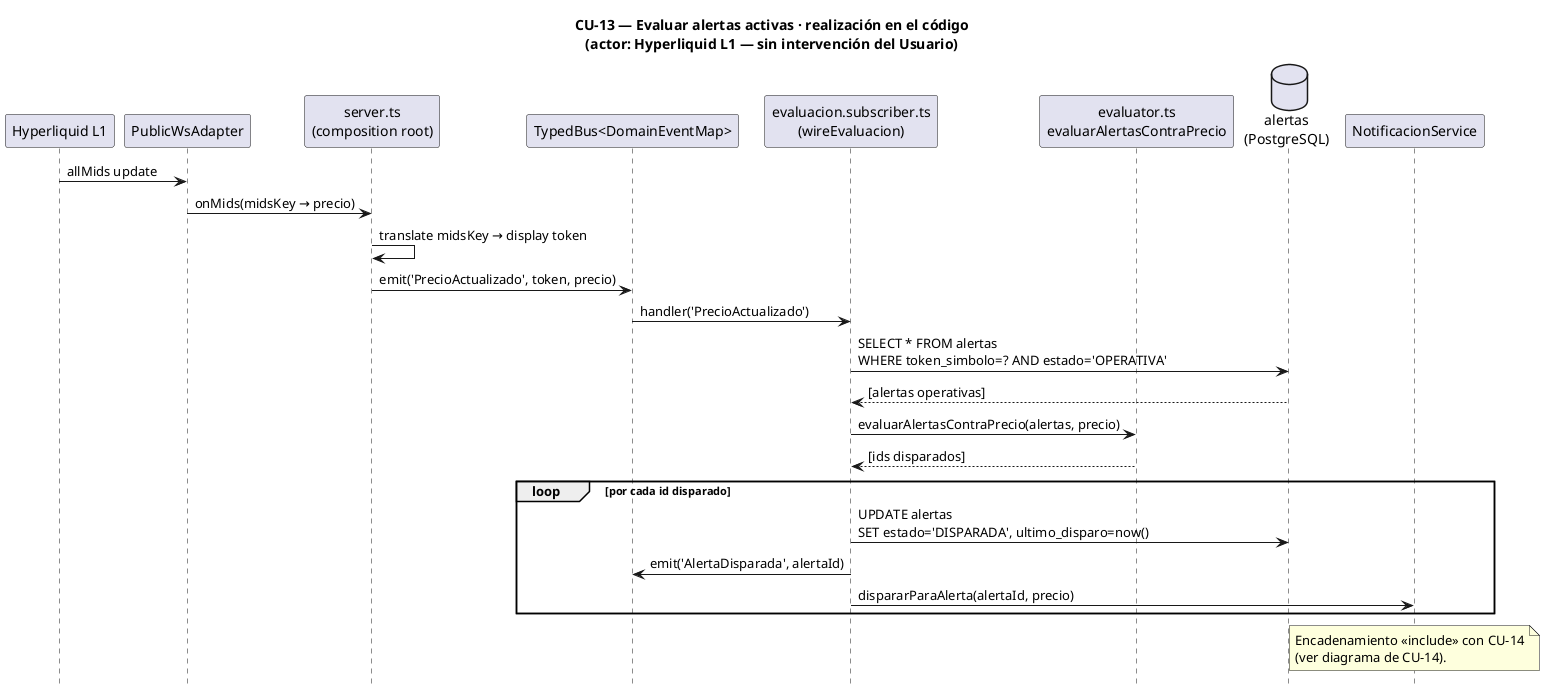
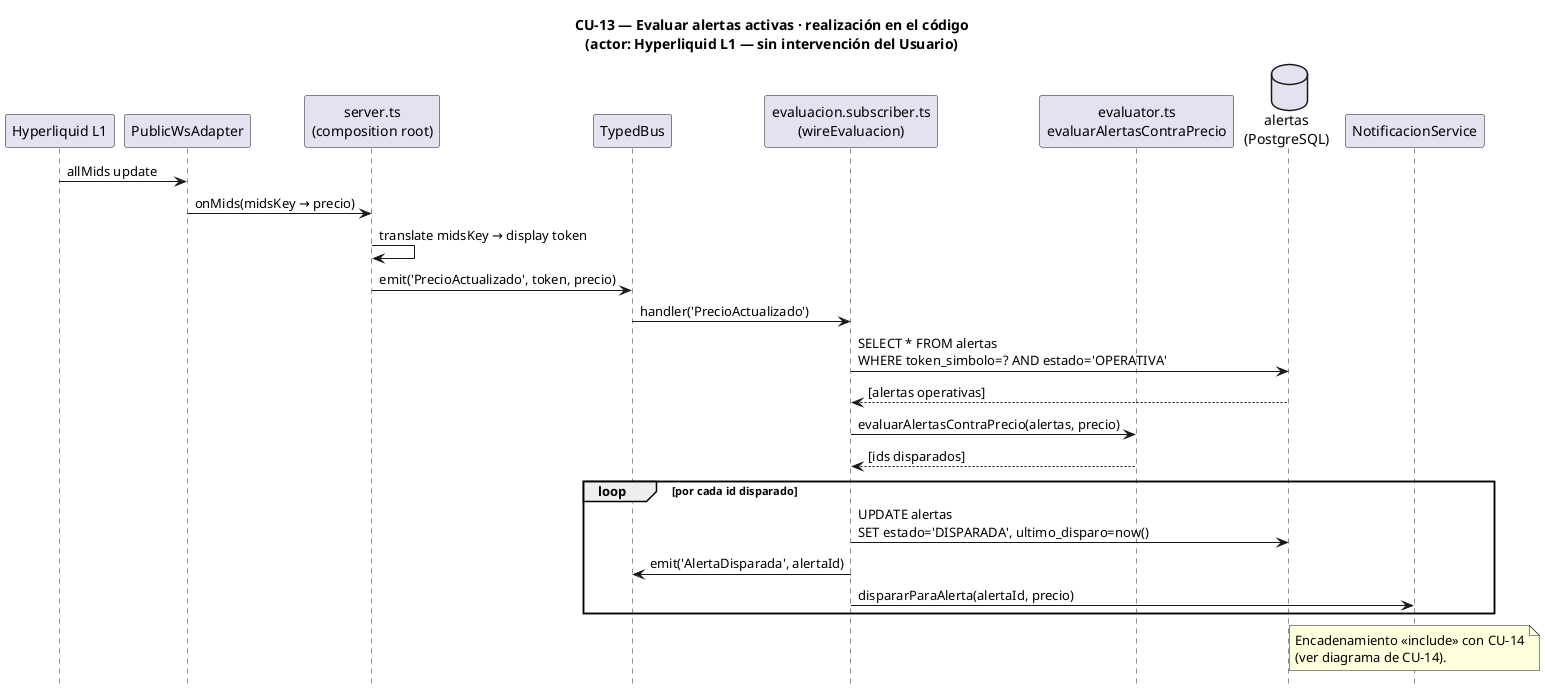
@startuml

skinparam linetype polyline
skinparam shadowing false
hide footbox

title CU-13 — Evaluar alertas activas · realización en el código\n(actor: Hyperliquid L1 — sin intervención del Usuario)

participant "Hyperliquid L1" as L1
participant "PublicWsAdapter" as Adapter
participant "server.ts\n(composition root)" as Boot
- participant "TypedBus<DomainEventMap>" as Bus
+ participant "TypedBus" as Bus
participant "evaluacion.subscriber.ts\n(wireEvaluacion)" as Sub
participant "evaluator.ts\nevaluarAlertasContraPrecio" as Eval
database    "alertas\n(PostgreSQL)" as DB
participant "NotificacionService" as Notif

L1     -> Adapter : allMids update
Adapter -> Boot   : onMids(midsKey → precio)
Boot   -> Boot    : translate midsKey → display token
Boot   -> Bus     : emit('PrecioActualizado', token, precio)

Bus  -> Sub : handler('PrecioActualizado')
Sub  -> DB  : SELECT * FROM alertas\nWHERE token_simbolo=? AND estado='OPERATIVA'
DB   --> Sub : [alertas operativas]

Sub  -> Eval : evaluarAlertasContraPrecio(alertas, precio)
Eval --> Sub : [ids disparados]

loop por cada id disparado
  Sub -> DB   : UPDATE alertas\nSET estado='DISPARADA', ultimo_disparo=now()
  Sub -> Bus  : emit('AlertaDisparada', alertaId)
  Sub -> Notif : dispararParaAlerta(alertaId, precio)
end

note over Notif
  Encadenamiento <<include>> con CU-14
  (ver diagrama de CU-14).
end note

@enduml
